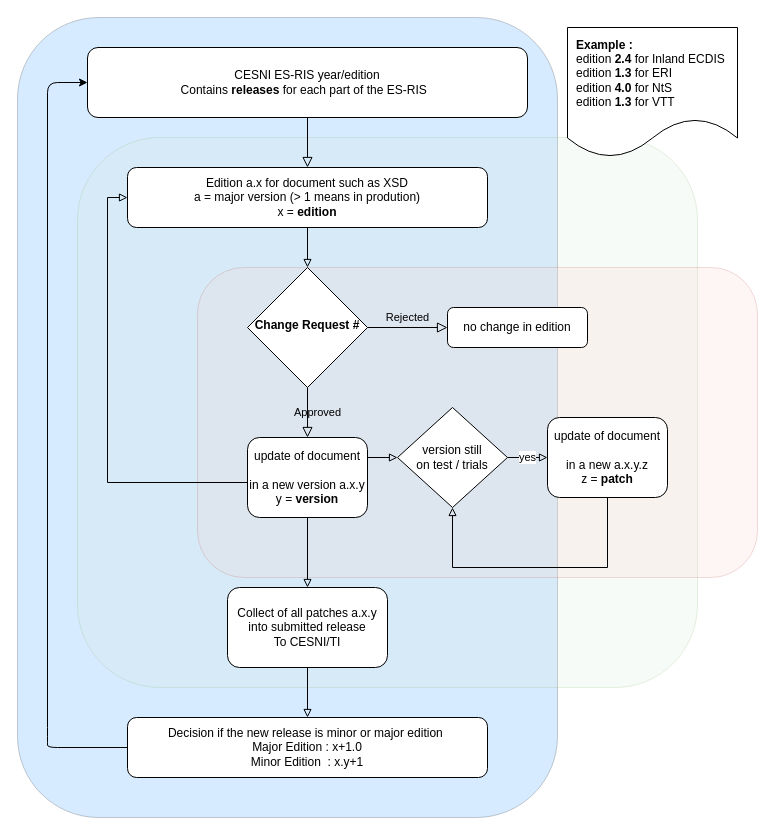
This is docs/RIS-versioning.drawio from cesniti/ris_public_files, a draw.io file, before an edit. Source tidied: cells renumbered, new cells numbered last; positions are measured from the earlier drawing's top-left corner, leaving out a move shared by most shapes. Both pictures are drawn from the tidied source at 100%, with x=0, y=0 at pixel (17, 17).
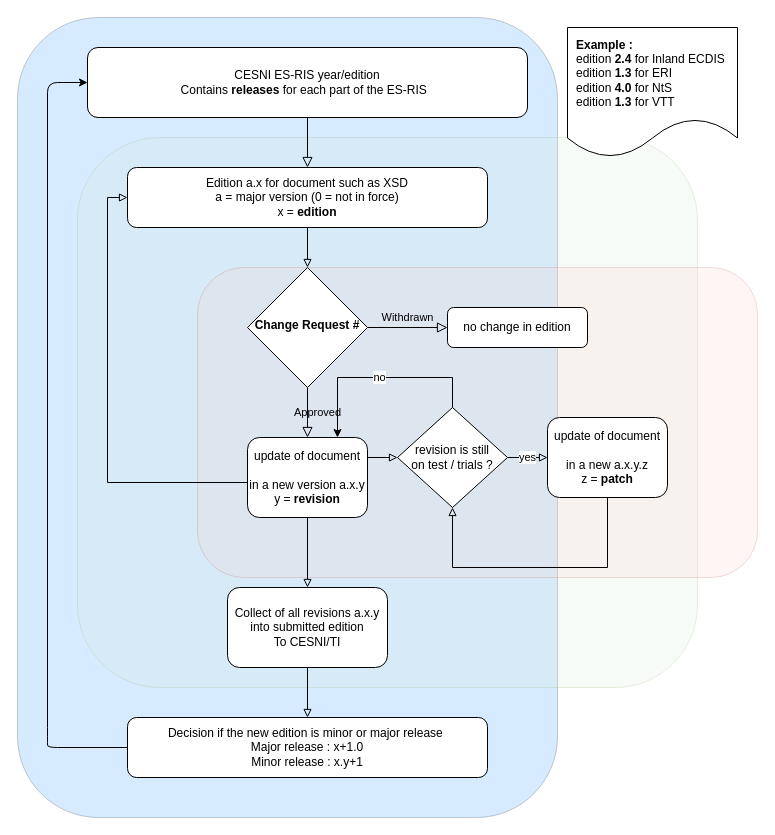
The same page after the edit.

The change refers to these unchanged cells:
```xml
<mxCell id="9" value="&lt;b&gt;Change Request #&lt;/b&gt;" style="rhombus;whiteSpace=wrap;html=1;shadow=0;fontFamily=Helvetica;fontSize=12;align=center;strokeWidth=1;spacing=6;spacingTop=-4;" parent="1" vertex="1">
  <mxGeometry x="230" y="250" width="120" height="120" as="geometry" />
</mxCell>
<mxCell id="10" value="no change in edition" style="rounded=1;whiteSpace=wrap;html=1;fontSize=12;glass=0;strokeWidth=1;shadow=0;" parent="1" vertex="1">
  <mxGeometry x="430" y="290" width="140" height="40" as="geometry" />
</mxCell>
```

Diff of the diagram source:
```diff
@@
-    <mxCell id="8" value="Rejected" style="edgeStyle=orthogonalEdgeStyle;rounded=0;html=1;jettySize=auto;fontSize=11;endArrow=block;endFill=0;endSize=8;strokeWidth=1;shadow=0;labelBackgroundColor=none;" parent="1" edge="1" source="9" target="10">
+    <mxCell id="8" value="Withdrawn" style="edgeStyle=orthogonalEdgeStyle;rounded=0;html=1;jettySize=auto;fontSize=11;endArrow=block;endFill=0;endSize=8;strokeWidth=1;shadow=0;labelBackgroundColor=none;" parent="1" edge="1" source="9" target="10">
       <mxGeometry y="10" relative="1" as="geometry" />
     </mxCell>
@@
-    <mxCell id="11" value="Edition a.x for document such as XSD&lt;br&gt;a = major version (&amp;gt; 1 means in prodution)&lt;br&gt;x = &lt;b&gt;edition&lt;/b&gt;" style="rounded=1;whiteSpace=wrap;html=1;" parent="1" vertex="1">
+    <mxCell id="11" value="Edition a.x for document such as XSD&lt;br&gt;a = major version (0 = not in force)&lt;br&gt;x = &lt;b&gt;edition&lt;/b&gt;" style="rounded=1;whiteSpace=wrap;html=1;" parent="1" vertex="1">
       <mxGeometry x="110" y="150" width="360" height="60" as="geometry" />
     </mxCell>
-    <mxCell id="12" value="Decision if the new release is minor or major edition&amp;nbsp;&lt;br&gt;Major Edition : x+1.0&lt;br&gt;Minor Edition&amp;nbsp; : x.y+1" style="rounded=1;whiteSpace=wrap;html=1;" parent="1" vertex="1">
+    <mxCell id="12" value="Decision if the new edition is minor or major release&amp;nbsp;&lt;br&gt;Major release : x+1.0&lt;br&gt;Minor release : x.y+1" style="rounded=1;whiteSpace=wrap;html=1;" parent="1" vertex="1">
       <mxGeometry x="110" y="700" width="360" height="60" as="geometry" />
     </mxCell>
@@
-    <mxCell id="18" value="update of document&lt;br&gt;&lt;br&gt;in a new version a.x.y&lt;br&gt;y = &lt;b&gt;version&lt;/b&gt;" style="rounded=1;whiteSpace=wrap;html=1;" parent="1" vertex="1">
+    <mxCell id="18" value="update of document&lt;br&gt;&lt;br&gt;in a new version a.x.y&lt;br&gt;y = &lt;b&gt;revision&lt;/b&gt;" style="rounded=1;whiteSpace=wrap;html=1;" parent="1" vertex="1">
       <mxGeometry x="230" y="420" width="120" height="80" as="geometry" />
     </mxCell>
@@
-    <mxCell id="20" value="Collect of all patches a.x.y&lt;br&gt;into submitted release&lt;br&gt;To CESNI/TI" style="rounded=1;whiteSpace=wrap;html=1;" parent="1" vertex="1">
+    <mxCell id="20" value="Collect of all revisions a.x.y&lt;br&gt;into submitted edition&lt;br&gt;To CESNI/TI" style="rounded=1;whiteSpace=wrap;html=1;" parent="1" vertex="1">
       <mxGeometry x="210" y="570" width="160" height="80" as="geometry" />
     </mxCell>
@@
+    <mxCell id="26" value="no" style="edgeStyle=orthogonalEdgeStyle;rounded=0;jettySize=auto;html=1;entryX=0.75;entryY=0;entryDx=0;entryDy=0;" parent="1" edge="1" source="22" target="18">
+      <mxGeometry relative="1" as="geometry">
+        <Array as="points">
+          <mxPoint x="435" y="360" />
+          <mxPoint x="320" y="360" />
+        </Array>
+      </mxGeometry>
+    </mxCell>
-    <mxCell id="22" value="version still &lt;br&gt;on test / trials" style="rhombus;whiteSpace=wrap;html=1;rounded=0;" parent="1" vertex="1">
+    <mxCell id="22" value="revision is still &lt;br&gt;on test / trials ?" style="rhombus;whiteSpace=wrap;html=1;rounded=0;" parent="1" vertex="1">
       <mxGeometry x="380" y="390" width="110" height="100" as="geometry" />
     </mxCell>
```
